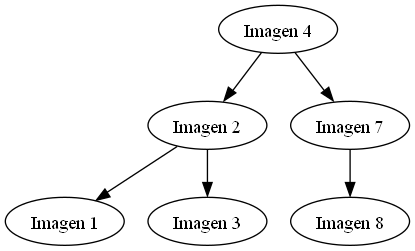
Above: img/arbolAVL.png in C-FernandoSazo/EDD_PROYECTOF2_202202906 (Graphviz), before the change. Its source is kept beside it as dot/arbolAVL.dot. The source it was exported from:
```dot
 digraph impresiones {
4[label="Imagen 4"]
           4  ->            2
2[label="Imagen 2"]
           2  ->            1
1[label="Imagen 1"]
           2  ->            3
3[label="Imagen 3"]
           4  ->            7
7[label="Imagen 7"]
           7  ->            8
8[label="Imagen 8"]
 }
```
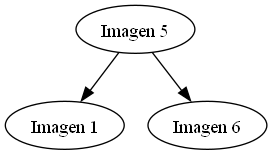
Later version of the same file.

Diff of the diagram source:
```diff
@@ -1,13 +1,7 @@
  digraph impresiones {
-4[label="Imagen 4"]
-           4  ->            2
-2[label="Imagen 2"]
-           2  ->            1
+5[label="Imagen 5"]
+           5  ->            1
 1[label="Imagen 1"]
-           2  ->            3
-3[label="Imagen 3"]
-           4  ->            7
-7[label="Imagen 7"]
-           7  ->            8
-8[label="Imagen 8"]
+           5  ->            6
+6[label="Imagen 6"]
  }
```
